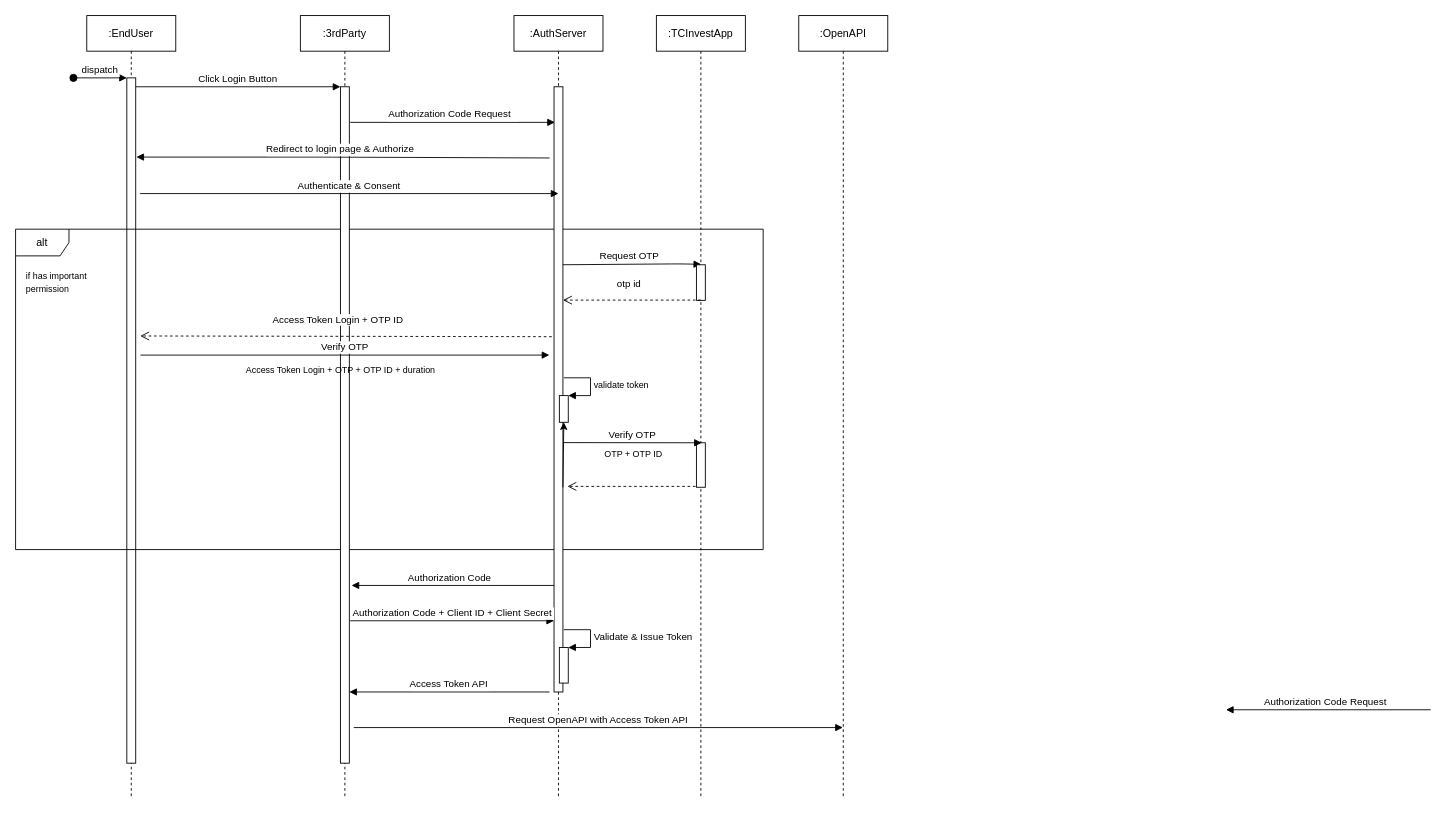
ndhcoder/my-configs keeps this draw.io diagram as TCBS_3rdPartyAuthenticate.drawio. Above is the earlier version. Source tidied: cells renumbered, new cells numbered last; positions are measured from the earlier drawing's top-left corner, leaving out a move shared by most shapes. Both pictures are drawn from the tidied source at 89%, with x=0, y=0 at pixel (15, 15).
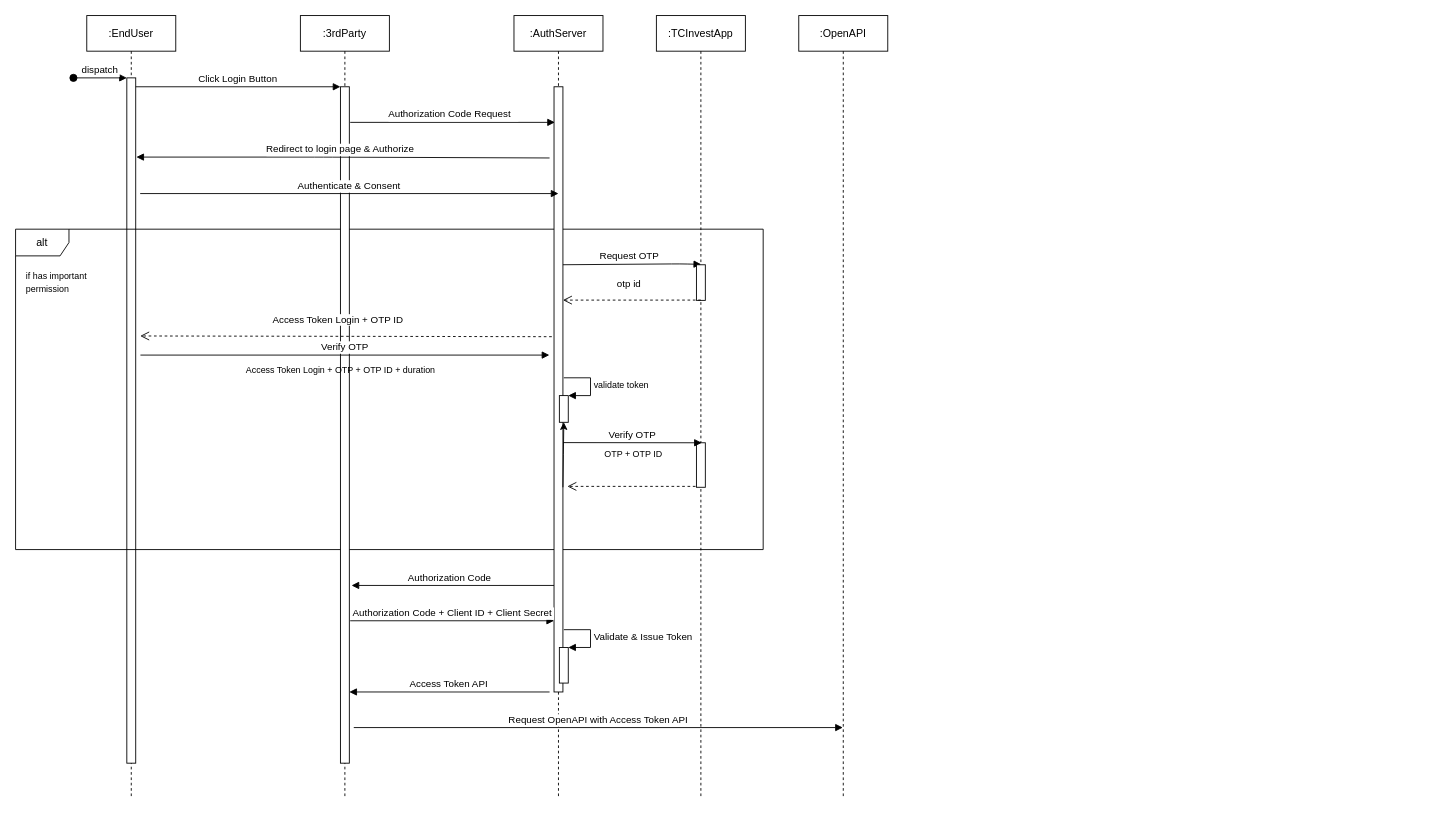
The same page after the edit.

Diff of the diagram source:
```diff
@@
-    <mxCell id="26" value="Authorization Code Request  " style="verticalAlign=bottom;endArrow=block;shadow=0;strokeWidth=1;" parent="1" edge="1">
-      <mxGeometry relative="1" as="geometry">
-        <mxPoint x="1590" y="780" as="sourcePoint" />
-        <mxPoint x="1360" y="780" as="targetPoint" />
-        <Array as="points">
-          <mxPoint x="1560" y="780" />
-        </Array>
-      </mxGeometry>
-    </mxCell>
```
